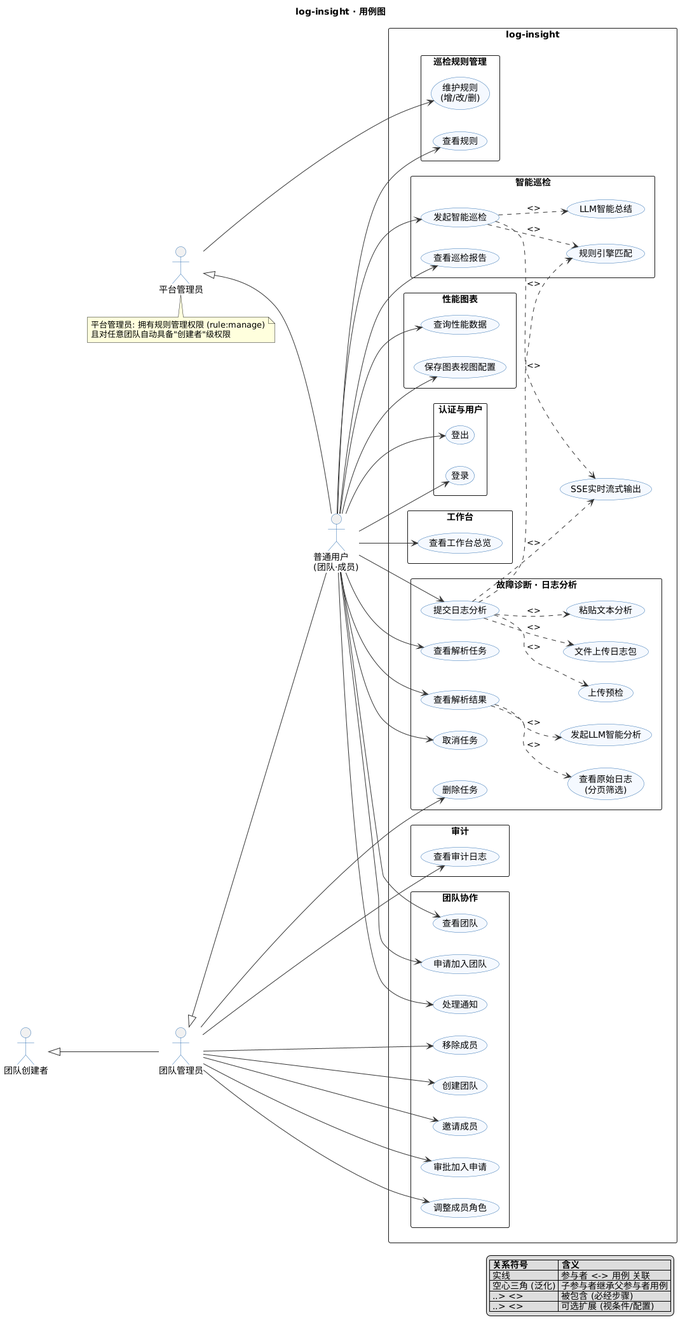
Earlier version of the PlantUML export docs/diagrams/用例图.png (openeuler-mirror/log-insight). Its diagram source:
```plantuml
@startuml
left to right direction
skinparam shadowing false
skinparam packageStyle rectangle
skinparam usecase {
    BackgroundColor #F5F9FF
    BorderColor       #2F6FB0
    ArrowColor        #333333
}
skinparam actor {
    BorderColor #2F6FB0
}
title log-insight · 用例图
actor "普通用户\n(团队·成员)"     as MEMBER
actor "团队管理员"              as TADMIN
actor "团队创建者"              as OWNER
actor "平台管理员"              as PADMIN
TADMIN <|-- MEMBER
OWNER  <|-- TADMIN
PADMIN <|-- MEMBER
rectangle "log-insight" as SYS {
    rectangle "认证与用户" {
        usecase "登录"                 as UC_LOGIN
        usecase "登出"                 as UC_LOGOUT
    }
    rectangle "工作台" {
        usecase "查看工作台总览"        as UC_DASH
    }
    rectangle "团队协作" {
        usecase "查看团队"             as UC_VTEAM
        usecase "创建团队"             as UC_CTEAM
        usecase "邀请成员"             as UC_INVITE
        usecase "申请加入团队"          as UC_APPLY
        usecase "审批加入申请"          as UC_APPROVE
        usecase "调整成员角色"          as UC_ROLE
        usecase "移除成员"             as UC_REMOVE
        usecase "处理通知"             as UC_NOTICE
    }
    rectangle "故障诊断 · 日志分析" {
        usecase "提交日志分析"          as UC_SUBMIT
        usecase "上传预检"             as UC_PRECHECK
        usecase "文件上传日志包"        as UC_UPLOAD
        usecase "粘贴文本分析"          as UC_PASTE
        usecase "查看解析任务"          as UC_LISTTASK
        usecase "查看解析结果"          as UC_RESULT
        usecase "查看原始日志\n(分页筛选)" as UC_RAWLOG
        usecase "发起LLM智能分析"       as UC_LLM
        usecase "取消任务"             as UC_CANCEL
        usecase "删除任务"             as UC_DELTASK
    }
    rectangle "智能巡检" {
        usecase "发起智能巡检"          as UC_INSPECT
        usecase "规则引擎匹配"          as UC_RULEMATCH
        usecase "LLM智能总结"          as UC_LLM_SUM
        usecase "查看巡检报告"          as UC_INSP_REPORT
    }
    rectangle "巡检规则管理" {
        usecase "查看规则"             as UC_VRULE
        usecase "维护规则\n(增/改/删)"  as UC_MRULE
    }
    rectangle "性能图表" {
        usecase "查询性能数据"          as UC_METRIC
        usecase "保存图表视图配置"      as UC_PREFERENCE
    }
    rectangle "审计" {
        usecase "查看审计日志"          as UC_AUDIT
    }
    usecase "SSE实时流式输出"          as UC_SSE
}
UC_SUBMIT  ..> UC_PRECHECK  : <>
UC_SUBMIT  ..> UC_UPLOAD    : <>
UC_SUBMIT  ..> UC_PASTE     : <>
UC_SUBMIT  ..> UC_RULEMATCH : <>
UC_SUBMIT  ..> UC_SSE       : <>
UC_INSPECT ..> UC_RULEMATCH : <>
UC_INSPECT ..> UC_SSE       : <>
UC_INSPECT ..> UC_LLM_SUM   : <>
UC_RESULT  ..> UC_RAWLOG    : <>
UC_RESULT  ..> UC_LLM       : <>
MEMBER --> UC_LOGIN
MEMBER --> UC_LOGOUT
MEMBER --> UC_DASH
MEMBER --> UC_VTEAM
MEMBER --> UC_APPLY
MEMBER --> UC_NOTICE
MEMBER --> UC_SUBMIT
MEMBER --> UC_LISTTASK
MEMBER --> UC_RESULT
MEMBER --> UC_CANCEL
MEMBER --> UC_INSPECT
MEMBER --> UC_INSP_REPORT
MEMBER --> UC_VRULE
MEMBER --> UC_METRIC
MEMBER --> UC_PREFERENCE
TADMIN --> UC_CTEAM
TADMIN --> UC_INVITE
TADMIN --> UC_APPROVE
TADMIN --> UC_ROLE
TADMIN --> UC_REMOVE
TADMIN --> UC_DELTASK
TADMIN --> UC_AUDIT
PADMIN --> UC_MRULE
note bottom of PADMIN
  平台管理员: 拥有规则管理权限 (rule:manage)
  且对任意团队自动具备"创建者"级权限
end note
legend right
  |= 关系符号 |= 含义 |
  | 实线 | 参与者 <-> 用例 关联 |
  | 空心三角 (泛化) | 子参与者继承父参与者用例 |
  | ..> <> | 被包含 (必经步骤) |
  | ..> <> | 可选扩展 (视条件/配置) |
endlegend
@enduml
```
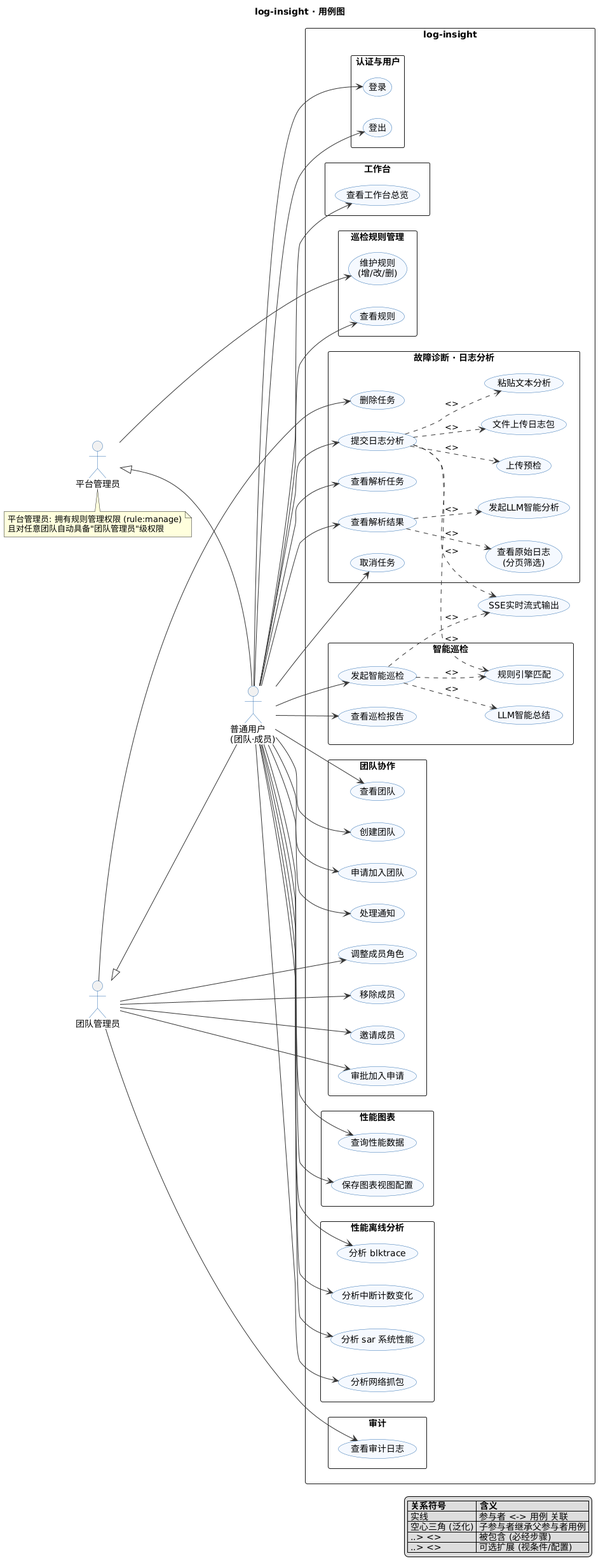
Later version of the same file.

Change to the diagram source:
```diff
@@ -13,10 +13,8 @@
 title log-insight · 用例图
 actor "普通用户\n(团队·成员)"     as MEMBER
 actor "团队管理员"              as TADMIN
-actor "团队创建者"              as OWNER
 actor "平台管理员"              as PADMIN
 TADMIN <|-- MEMBER
-OWNER  <|-- TADMIN
 PADMIN <|-- MEMBER
 rectangle "log-insight" as SYS {
     rectangle "认证与用户" {
@@ -62,6 +60,12 @@
         usecase "查询性能数据"          as UC_METRIC
         usecase "保存图表视图配置"      as UC_PREFERENCE
     }
+    rectangle "性能离线分析" {
+        usecase "分析 sar 系统性能"     as UC_PERF_SAR
+        usecase "分析网络抓包"          as UC_PERF_NET
+        usecase "分析 blktrace"        as UC_PERF_BLK
+        usecase "分析中断计数变化"      as UC_PERF_IRQ
+    }
     rectangle "审计" {
         usecase "查看审计日志"          as UC_AUDIT
     }
@@ -83,6 +87,7 @@
 MEMBER --> UC_VTEAM
 MEMBER --> UC_APPLY
 MEMBER --> UC_NOTICE
+MEMBER --> UC_CTEAM
 MEMBER --> UC_SUBMIT
 MEMBER --> UC_LISTTASK
 MEMBER --> UC_RESULT
@@ -92,7 +97,10 @@
 MEMBER --> UC_VRULE
 MEMBER --> UC_METRIC
 MEMBER --> UC_PREFERENCE
-TADMIN --> UC_CTEAM
+MEMBER --> UC_PERF_SAR
+MEMBER --> UC_PERF_NET
+MEMBER --> UC_PERF_BLK
+MEMBER --> UC_PERF_IRQ
 TADMIN --> UC_INVITE
 TADMIN --> UC_APPROVE
 TADMIN --> UC_ROLE
@@ -102,7 +110,7 @@
 PADMIN --> UC_MRULE
 note bottom of PADMIN
   平台管理员: 拥有规则管理权限 (rule:manage)
-  且对任意团队自动具备"创建者"级权限
+  且对任意团队自动具备"团队管理员"级权限
 end note
 legend right
   |= 关系符号 |= 含义 |
```
